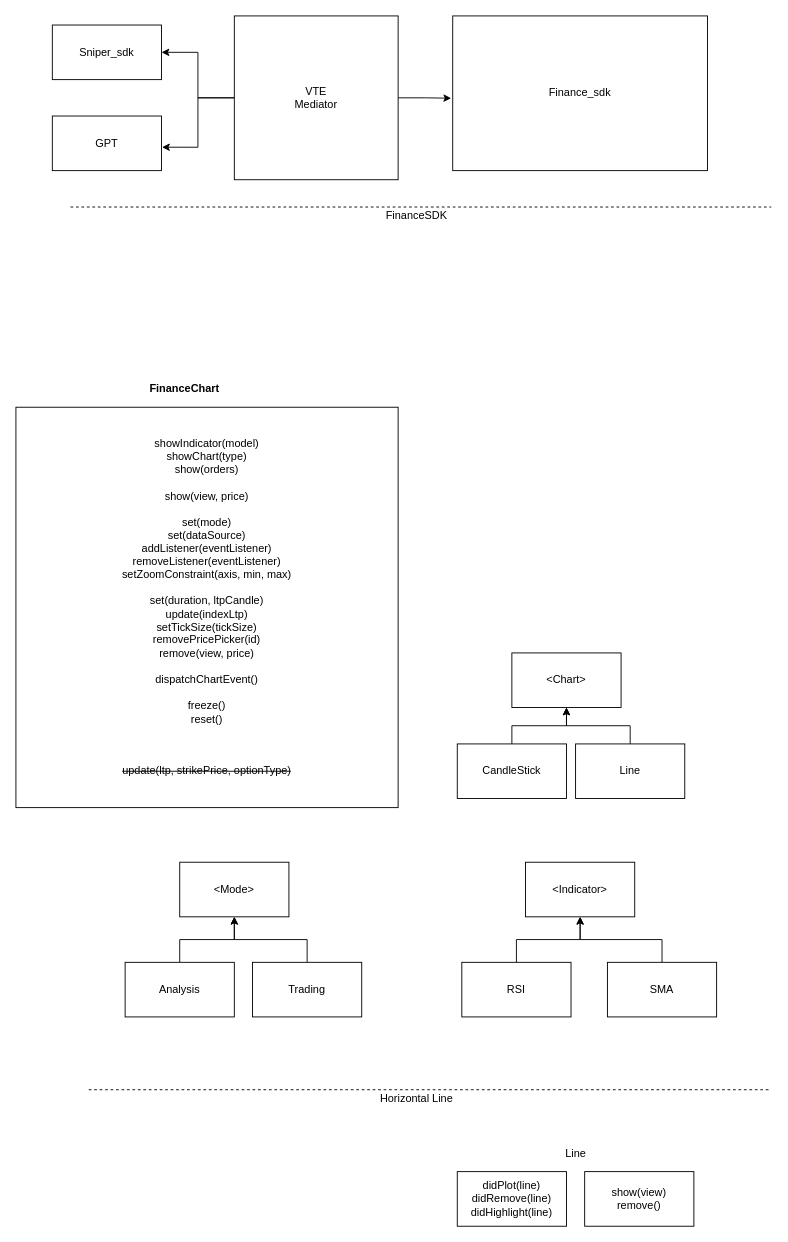
Earlier version of the draw.io diagram GPT HLD.drawio.xml (manish026/dependency_diagrams). Source tidied: cells renumbered, new cells numbered last; positions are measured from the earlier drawing's top-left corner, leaving out a move shared by most shapes. Both pictures are drawn from the tidied source at 91%, with x=0, y=0 at pixel (15, 15).
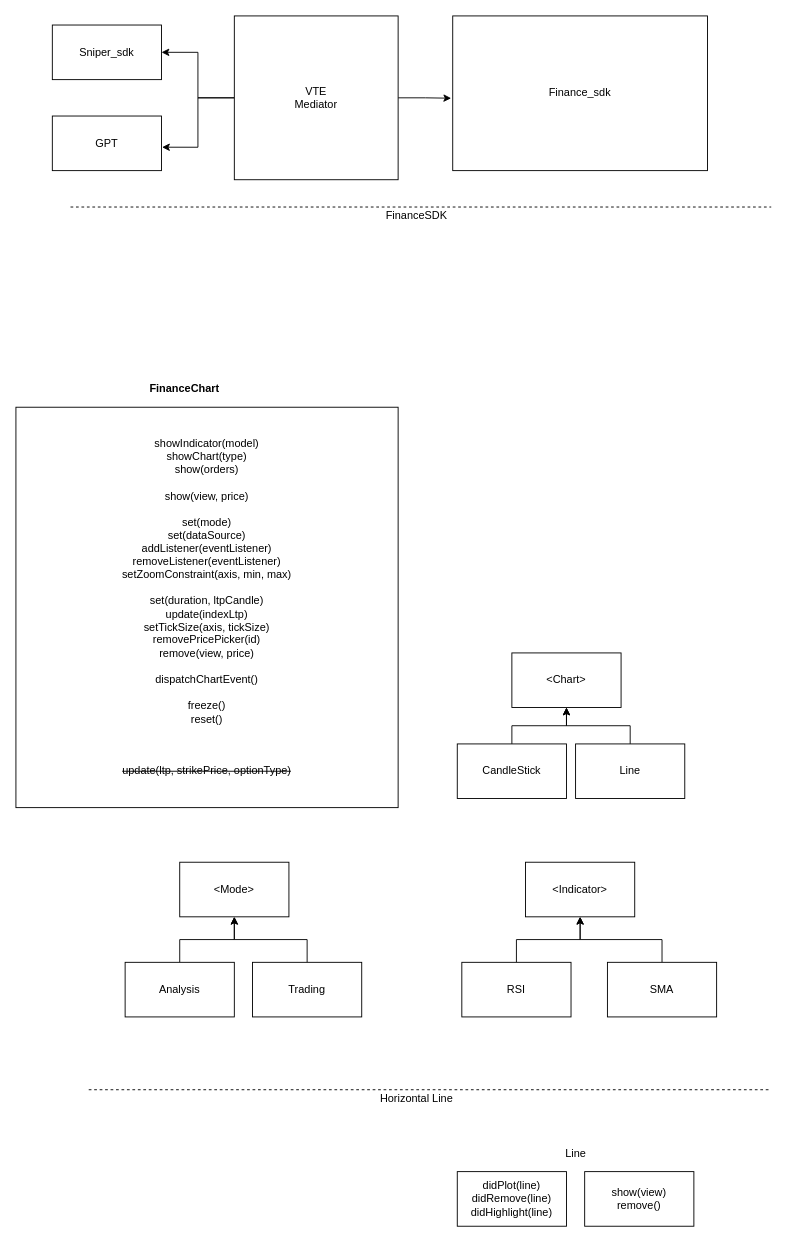
The same page after the edit.

The change refers to these unchanged cells:
```xml
<mxCell id="36" style="group;" parent="1" vertex="1">
  <mxGeometry y="400" width="420" height="470" as="geometry" />
</mxCell>
```

Diff of the diagram source:
```diff
@@
-    <mxCell id="37" value="showIndicator(model)&lt;br&gt;showChart(type)&lt;br&gt;show(orders)&lt;br&gt;&lt;br&gt;show(view, price)&lt;br&gt;&lt;br&gt;set(mode)&lt;br&gt;set(dataSource)&lt;br&gt;addListener(eventListener)&lt;br&gt;removeListener(eventListener)&lt;br&gt;setZoomConstraint(axis, min, max)&lt;br&gt;&lt;br&gt;set(duration, ltpCandle)&lt;br&gt;update(indexLtp)&lt;br&gt;setTickSize(tickSize)&lt;br&gt;removePricePicker(id)&lt;br&gt;remove(view, price)&lt;br&gt;&lt;br&gt;dispatchChartEvent()&lt;br&gt;&lt;br&gt;freeze()&lt;br&gt;reset()&lt;br&gt;&lt;br&gt;&lt;br&gt;&lt;br&gt;&lt;strike&gt;update(ltp, strikePrice, optionType)&lt;/strike&gt;" style="whiteSpace=wrap;html=1;" parent="36" vertex="1">
+    <mxCell id="37" value="showIndicator(model)&lt;br&gt;showChart(type)&lt;br&gt;show(orders)&lt;br&gt;&lt;br&gt;show(view, price)&lt;br&gt;&lt;br&gt;set(mode)&lt;br&gt;set(dataSource)&lt;br&gt;addListener(eventListener)&lt;br&gt;removeListener(eventListener)&lt;br&gt;setZoomConstraint(axis, min, max)&lt;br&gt;&lt;br&gt;set(duration, ltpCandle)&lt;br&gt;update(indexLtp)&lt;br&gt;setTickSize(axis, tickSize)&lt;br&gt;removePricePicker(id)&lt;br&gt;remove(view, price)&lt;br&gt;&lt;br&gt;dispatchChartEvent()&lt;br&gt;&lt;br&gt;freeze()&lt;br&gt;reset()&lt;br&gt;&lt;br&gt;&lt;br&gt;&lt;br&gt;&lt;strike&gt;update(ltp, strikePrice, optionType)&lt;/strike&gt;" style="whiteSpace=wrap;html=1;" parent="36" vertex="1">
       <mxGeometry y="30" width="420" height="440" as="geometry" />
     </mxCell>
```
